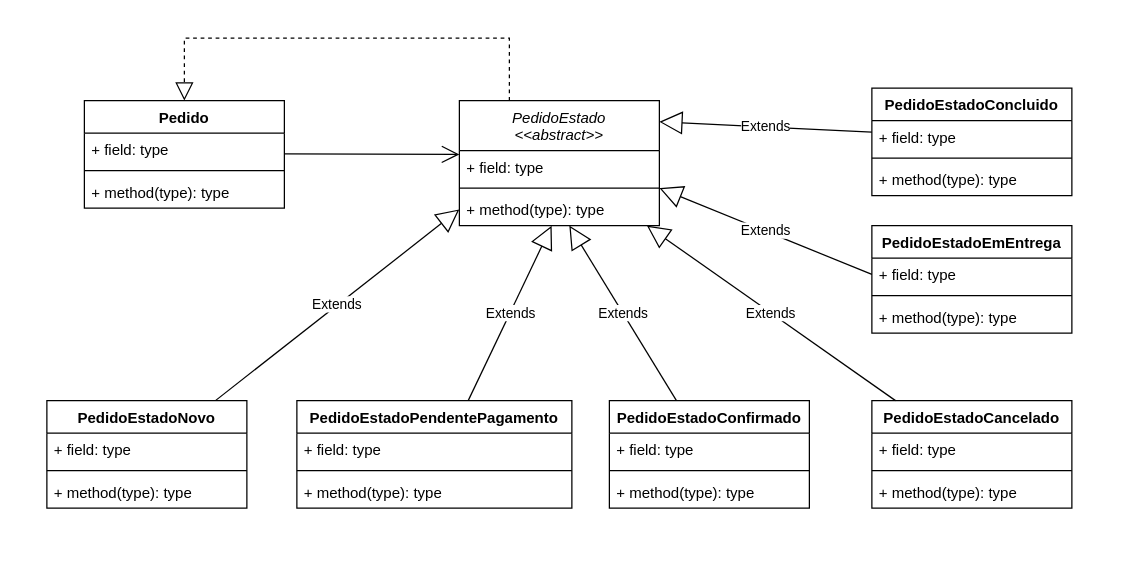
Before: Diagrama sem nome.drawio in MarcusVsc1/PadraoState, a draw.io diagram. Source tidied: cells renumbered, new cells numbered last; positions are measured from the earlier drawing's top-left corner, leaving out a move shared by most shapes. Both pictures are drawn from the tidied source at 125%, with x=0, y=0 at pixel (46, 38).
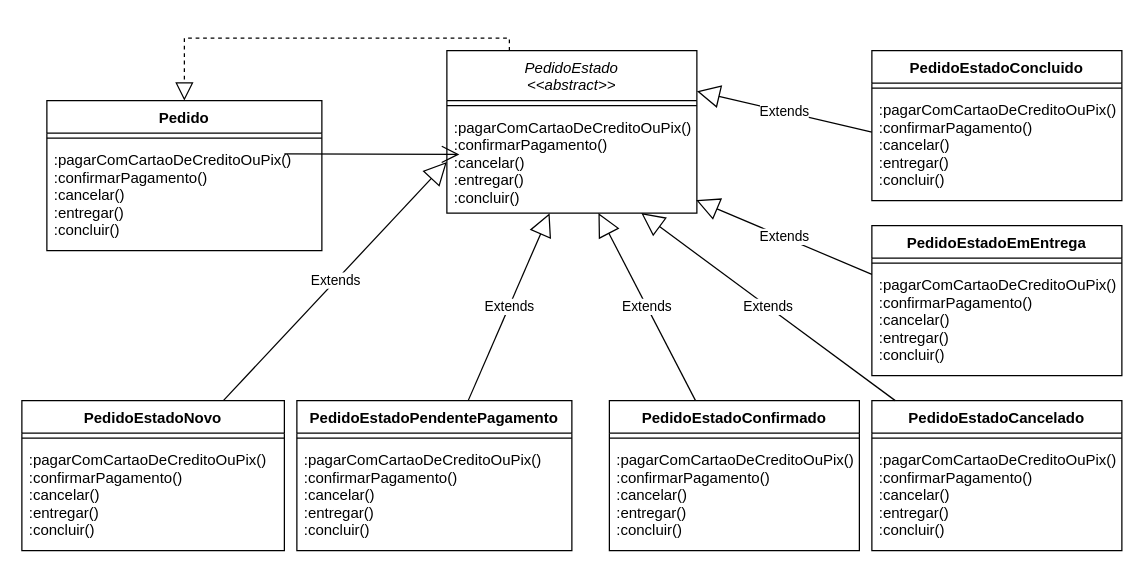
Above is the later version.

The edit, as a diff of the source:
```diff
@@
     <mxCell id="2" value="Pedido" style="swimlane;fontStyle=1;align=center;verticalAlign=top;horizontal=1;startSize=26;" parent="1" vertex="1">
-      <mxGeometry x="30" y="50" width="160" height="86" as="geometry" />
+      <mxGeometry y="50" width="220" height="120" as="geometry" />
     </mxCell>
-    <mxCell id="3" value="+ field: type" style="text;strokeColor=none;fillColor=none;align=left;verticalAlign=top;spacingLeft=4;spacingRight=4;overflow=hidden;" parent="2" vertex="1">
-      <mxGeometry y="26" width="160" height="26" as="geometry" />
-    </mxCell>
     <mxCell id="4" style="line;strokeWidth=1;fillColor=none;align=left;verticalAlign=middle;spacingTop=-1;spacingLeft=3;spacingRight=3;labelPosition=right;strokeColor=inherit;" parent="2" vertex="1">
-      <mxGeometry y="52" width="160" height="8" as="geometry" />
+      <mxGeometry y="26" width="220" height="8" as="geometry" />
     </mxCell>
-    <mxCell id="5" value="+ method(type): type" style="text;strokeColor=none;fillColor=none;align=left;verticalAlign=top;spacingLeft=4;spacingRight=4;overflow=hidden;" parent="2" vertex="1">
-      <mxGeometry y="60" width="160" height="26" as="geometry" />
+    <mxCell id="5" value=":pagarComCartaoDeCreditoOuPix()&#10;:confirmarPagamento()&#10;:cancelar()&#10;:entregar()&#10;:concluir()" style="text;strokeColor=none;fillColor=none;align=left;verticalAlign=top;spacingLeft=4;spacingRight=4;overflow=hidden;" parent="2" vertex="1">
+      <mxGeometry y="34" width="220" height="86" as="geometry" />
     </mxCell>
     <mxCell id="6" value="PedidoEstado&#10;&lt;&lt;abstract&gt;&gt;" style="swimlane;fontStyle=2;align=center;verticalAlign=top;horizontal=1;startSize=40;" parent="1" vertex="1">
-      <mxGeometry x="330" y="50" width="160" height="100" as="geometry" />
+      <mxGeometry x="320" y="10" width="200" height="130" as="geometry" />
     </mxCell>
-    <mxCell id="7" value="+ field: type" style="text;strokeColor=none;fillColor=none;align=left;verticalAlign=top;spacingLeft=4;spacingRight=4;overflow=hidden;" parent="6" vertex="1">
-      <mxGeometry y="40" width="160" height="26" as="geometry" />
-    </mxCell>
     <mxCell id="8" style="line;strokeWidth=1;fillColor=none;align=left;verticalAlign=middle;spacingTop=-1;spacingLeft=3;spacingRight=3;labelPosition=right;strokeColor=inherit;" parent="6" vertex="1">
-      <mxGeometry y="66" width="160" height="8" as="geometry" />
+      <mxGeometry y="40" width="200" height="8" as="geometry" />
     </mxCell>
-    <mxCell id="9" value="+ method(type): type" style="text;strokeColor=none;fillColor=none;align=left;verticalAlign=top;spacingLeft=4;spacingRight=4;overflow=hidden;points=[[0,0.5],[1,0.5]];portConstraint=eastwest;" parent="6" vertex="1">
-      <mxGeometry y="74" width="160" height="26" as="geometry" />
+    <mxCell id="9" value=":pagarComCartaoDeCreditoOuPix()&#10;:confirmarPagamento()&#10;:cancelar()&#10;:entregar()&#10;:concluir()" style="text;strokeColor=none;fillColor=none;align=left;verticalAlign=top;spacingLeft=4;spacingRight=4;overflow=hidden;points=[[0,0.5],[1,0.5]];portConstraint=eastwest;" parent="6" vertex="1">
+      <mxGeometry y="48" width="200" height="82" as="geometry" />
     </mxCell>
     <mxCell id="10" value="PedidoEstadoNovo" style="swimlane;fontStyle=1;align=center;verticalAlign=top;horizontal=1;startSize=26;" parent="1" vertex="1">
-      <mxGeometry y="290" width="160" height="86" as="geometry" />
+      <mxGeometry x="-20" y="290" width="210" height="120" as="geometry" />
     </mxCell>
-    <mxCell id="11" value="+ field: type" style="text;strokeColor=none;fillColor=none;align=left;verticalAlign=top;spacingLeft=4;spacingRight=4;overflow=hidden;" parent="10" vertex="1">
-      <mxGeometry y="26" width="160" height="26" as="geometry" />
-    </mxCell>
     <mxCell id="12" style="line;strokeWidth=1;fillColor=none;align=left;verticalAlign=middle;spacingTop=-1;spacingLeft=3;spacingRight=3;labelPosition=right;strokeColor=inherit;" parent="10" vertex="1">
-      <mxGeometry y="52" width="160" height="8" as="geometry" />
+      <mxGeometry y="26" width="210" height="8" as="geometry" />
     </mxCell>
-    <mxCell id="13" value="+ method(type): type" style="text;strokeColor=none;fillColor=none;align=left;verticalAlign=top;spacingLeft=4;spacingRight=4;overflow=hidden;" parent="10" vertex="1">
-      <mxGeometry y="60" width="160" height="26" as="geometry" />
+    <mxCell id="13" value=":pagarComCartaoDeCreditoOuPix()&#10;:confirmarPagamento()&#10;:cancelar()&#10;:entregar()&#10;:concluir()" style="text;strokeColor=none;fillColor=none;align=left;verticalAlign=top;spacingLeft=4;spacingRight=4;overflow=hidden;" parent="10" vertex="1">
+      <mxGeometry y="34" width="210" height="86" as="geometry" />
     </mxCell>
     <mxCell id="14" value="PedidoEstadoPendentePagamento" style="swimlane;fontStyle=1;align=center;verticalAlign=top;horizontal=1;startSize=26;" parent="1" vertex="1">
-      <mxGeometry x="200" y="290" width="220" height="86" as="geometry" />
+      <mxGeometry x="200" y="290" width="220" height="120" as="geometry" />
     </mxCell>
-    <mxCell id="15" value="+ field: type" style="text;strokeColor=none;fillColor=none;align=left;verticalAlign=top;spacingLeft=4;spacingRight=4;overflow=hidden;" parent="14" vertex="1">
-      <mxGeometry y="26" width="220" height="26" as="geometry" />
-    </mxCell>
     <mxCell id="16" style="line;strokeWidth=1;fillColor=none;align=left;verticalAlign=middle;spacingTop=-1;spacingLeft=3;spacingRight=3;labelPosition=right;strokeColor=inherit;" parent="14" vertex="1">
-      <mxGeometry y="52" width="220" height="8" as="geometry" />
+      <mxGeometry y="26" width="220" height="8" as="geometry" />
     </mxCell>
-    <mxCell id="17" value="+ method(type): type" style="text;strokeColor=none;fillColor=none;align=left;verticalAlign=top;spacingLeft=4;spacingRight=4;overflow=hidden;" parent="14" vertex="1">
-      <mxGeometry y="60" width="220" height="26" as="geometry" />
+    <mxCell id="17" value=":pagarComCartaoDeCreditoOuPix()&#10;:confirmarPagamento()&#10;:cancelar()&#10;:entregar()&#10;:concluir()" style="text;strokeColor=none;fillColor=none;align=left;verticalAlign=top;spacingLeft=4;spacingRight=4;overflow=hidden;" parent="14" vertex="1">
+      <mxGeometry y="34" width="220" height="86" as="geometry" />
     </mxCell>
     <mxCell id="18" value="PedidoEstadoConfirmado" style="swimlane;fontStyle=1;align=center;verticalAlign=top;horizontal=1;startSize=26;" parent="1" vertex="1">
-      <mxGeometry x="450" y="290" width="160" height="86" as="geometry" />
+      <mxGeometry x="450" y="290" width="200" height="120" as="geometry" />
     </mxCell>
-    <mxCell id="19" value="+ field: type" style="text;strokeColor=none;fillColor=none;align=left;verticalAlign=top;spacingLeft=4;spacingRight=4;overflow=hidden;" parent="18" vertex="1">
-      <mxGeometry y="26" width="160" height="26" as="geometry" />
-    </mxCell>
     <mxCell id="20" style="line;strokeWidth=1;fillColor=none;align=left;verticalAlign=middle;spacingTop=-1;spacingLeft=3;spacingRight=3;labelPosition=right;strokeColor=inherit;" parent="18" vertex="1">
-      <mxGeometry y="52" width="160" height="8" as="geometry" />
+      <mxGeometry y="26" width="200" height="8" as="geometry" />
     </mxCell>
-    <mxCell id="21" value="+ method(type): type" style="text;strokeColor=none;fillColor=none;align=left;verticalAlign=top;spacingLeft=4;spacingRight=4;overflow=hidden;" parent="18" vertex="1">
-      <mxGeometry y="60" width="160" height="26" as="geometry" />
+    <mxCell id="21" value=":pagarComCartaoDeCreditoOuPix()&#10;:confirmarPagamento()&#10;:cancelar()&#10;:entregar()&#10;:concluir()" style="text;strokeColor=none;fillColor=none;align=left;verticalAlign=top;spacingLeft=4;spacingRight=4;overflow=hidden;" parent="18" vertex="1">
+      <mxGeometry y="34" width="200" height="86" as="geometry" />
     </mxCell>
     <mxCell id="22" value="PedidoEstadoCancelado" style="swimlane;fontStyle=1;align=center;verticalAlign=top;horizontal=1;startSize=26;" parent="1" vertex="1">
-      <mxGeometry x="660" y="290" width="160" height="86" as="geometry" />
+      <mxGeometry x="660" y="290" width="200" height="120" as="geometry" />
     </mxCell>
-    <mxCell id="23" value="+ field: type" style="text;strokeColor=none;fillColor=none;align=left;verticalAlign=top;spacingLeft=4;spacingRight=4;overflow=hidden;" parent="22" vertex="1">
-      <mxGeometry y="26" width="160" height="26" as="geometry" />
-    </mxCell>
     <mxCell id="24" style="line;strokeWidth=1;fillColor=none;align=left;verticalAlign=middle;spacingTop=-1;spacingLeft=3;spacingRight=3;labelPosition=right;strokeColor=inherit;" parent="22" vertex="1">
-      <mxGeometry y="52" width="160" height="8" as="geometry" />
+      <mxGeometry y="26" width="200" height="8" as="geometry" />
     </mxCell>
-    <mxCell id="25" value="+ method(type): type" style="text;strokeColor=none;fillColor=none;align=left;verticalAlign=top;spacingLeft=4;spacingRight=4;overflow=hidden;" parent="22" vertex="1">
-      <mxGeometry y="60" width="160" height="26" as="geometry" />
+    <mxCell id="25" value=":pagarComCartaoDeCreditoOuPix()&#10;:confirmarPagamento()&#10;:cancelar()&#10;:entregar()&#10;:concluir()" style="text;strokeColor=none;fillColor=none;align=left;verticalAlign=top;spacingLeft=4;spacingRight=4;overflow=hidden;" parent="22" vertex="1">
+      <mxGeometry y="34" width="200" height="86" as="geometry" />
     </mxCell>
     <mxCell id="26" value="PedidoEstadoEmEntrega&#10;" style="swimlane;fontStyle=1;align=center;verticalAlign=top;horizontal=1;startSize=26;" parent="1" vertex="1">
-      <mxGeometry x="660" y="150" width="160" height="86" as="geometry" />
+      <mxGeometry x="660" y="150" width="200" height="120" as="geometry" />
     </mxCell>
-    <mxCell id="27" value="+ field: type" style="text;strokeColor=none;fillColor=none;align=left;verticalAlign=top;spacingLeft=4;spacingRight=4;overflow=hidden;points=[[0,0.5],[1,0.5]];portConstraint=eastwest;" parent="26" vertex="1">
-      <mxGeometry y="26" width="160" height="26" as="geometry" />
-    </mxCell>
     <mxCell id="28" style="line;strokeWidth=1;fillColor=none;align=left;verticalAlign=middle;spacingTop=-1;spacingLeft=3;spacingRight=3;labelPosition=right;strokeColor=inherit;" parent="26" vertex="1">
-      <mxGeometry y="52" width="160" height="8" as="geometry" />
+      <mxGeometry y="26" width="200" height="8" as="geometry" />
     </mxCell>
-    <mxCell id="29" value="+ method(type): type" style="text;strokeColor=none;fillColor=none;align=left;verticalAlign=top;spacingLeft=4;spacingRight=4;overflow=hidden;" parent="26" vertex="1">
-      <mxGeometry y="60" width="160" height="26" as="geometry" />
+    <mxCell id="29" value=":pagarComCartaoDeCreditoOuPix()&#10;:confirmarPagamento()&#10;:cancelar()&#10;:entregar()&#10;:concluir()" style="text;strokeColor=none;fillColor=none;align=left;verticalAlign=top;spacingLeft=4;spacingRight=4;overflow=hidden;" parent="26" vertex="1">
+      <mxGeometry y="34" width="200" height="86" as="geometry" />
     </mxCell>
     <mxCell id="30" value="PedidoEstadoConcluido" style="swimlane;fontStyle=1;align=center;verticalAlign=top;horizontal=1;startSize=26;" parent="1" vertex="1">
-      <mxGeometry x="660" y="40" width="160" height="86" as="geometry" />
+      <mxGeometry x="660" y="10" width="200" height="120" as="geometry" />
     </mxCell>
-    <mxCell id="31" value="+ field: type" style="text;strokeColor=none;fillColor=none;align=left;verticalAlign=top;spacingLeft=4;spacingRight=4;overflow=hidden;points=[[0,0.5],[1,0.5]];portConstraint=eastwest;" parent="30" vertex="1">
-      <mxGeometry y="26" width="160" height="26" as="geometry" />
-    </mxCell>
     <mxCell id="32" style="line;strokeWidth=1;fillColor=none;align=left;verticalAlign=middle;spacingTop=-1;spacingLeft=3;spacingRight=3;labelPosition=right;strokeColor=inherit;" parent="30" vertex="1">
-      <mxGeometry y="52" width="160" height="8" as="geometry" />
+      <mxGeometry y="26" width="200" height="8" as="geometry" />
     </mxCell>
-    <mxCell id="33" value="+ method(type): type" style="text;strokeColor=none;fillColor=none;align=left;verticalAlign=top;spacingLeft=4;spacingRight=4;overflow=hidden;" parent="30" vertex="1">
-      <mxGeometry y="60" width="160" height="26" as="geometry" />
+    <mxCell id="33" value=":pagarComCartaoDeCreditoOuPix()&#10;:confirmarPagamento()&#10;:cancelar()&#10;:entregar()&#10;:concluir()" style="text;strokeColor=none;fillColor=none;align=left;verticalAlign=top;spacingLeft=4;spacingRight=4;overflow=hidden;" parent="30" vertex="1">
+      <mxGeometry y="34" width="200" height="86" as="geometry" />
     </mxCell>
@@
-    <mxCell id="39" value="Extends" style="endArrow=block;endSize=16;endFill=0;html=1;rounded=0;" parent="1" edge="1" source="22">
-      <mxGeometry relative="1" as="geometry">
-        <mxPoint x="480" y="150" as="targetPoint" />
-      </mxGeometry>
+    <mxCell id="39" value="Extends" style="endArrow=block;endSize=16;endFill=0;html=1;rounded=0;" parent="1" edge="1" source="22" target="9">
+      <mxGeometry relative="1" as="geometry" />
     </mxCell>
-    <mxCell id="40" value="Extends" style="endArrow=block;endSize=16;endFill=0;html=1;rounded=0;exitX=0;exitY=0.5;exitDx=0;exitDy=0;" parent="1" edge="1" source="27">
+    <mxCell id="40" value="Extends" style="endArrow=block;endSize=16;endFill=0;html=1;rounded=0;exitX=0;exitY=0.5;exitDx=0;exitDy=0;entryX=0.997;entryY=0.872;entryDx=0;entryDy=0;entryPerimeter=0;" parent="1" edge="1" target="9">
       <mxGeometry relative="1" as="geometry">
-        <mxPoint x="490" y="120" as="targetPoint" />
+        <mxPoint x="660" y="189" as="sourcePoint" />
       </mxGeometry>
     </mxCell>
-    <mxCell id="41" value="Extends" style="endArrow=block;endSize=16;endFill=0;html=1;rounded=0;" parent="1" edge="1" source="31">
+    <mxCell id="41" value="Extends" style="endArrow=block;endSize=16;endFill=0;html=1;rounded=0;entryX=1;entryY=0.25;entryDx=0;entryDy=0;" parent="1" edge="1" target="6">
       <mxGeometry relative="1" as="geometry">
-        <mxPoint x="490" y="67" as="targetPoint" />
+        <mxPoint x="660" y="75.2" as="sourcePoint" />
       </mxGeometry>
     </mxCell>
```
